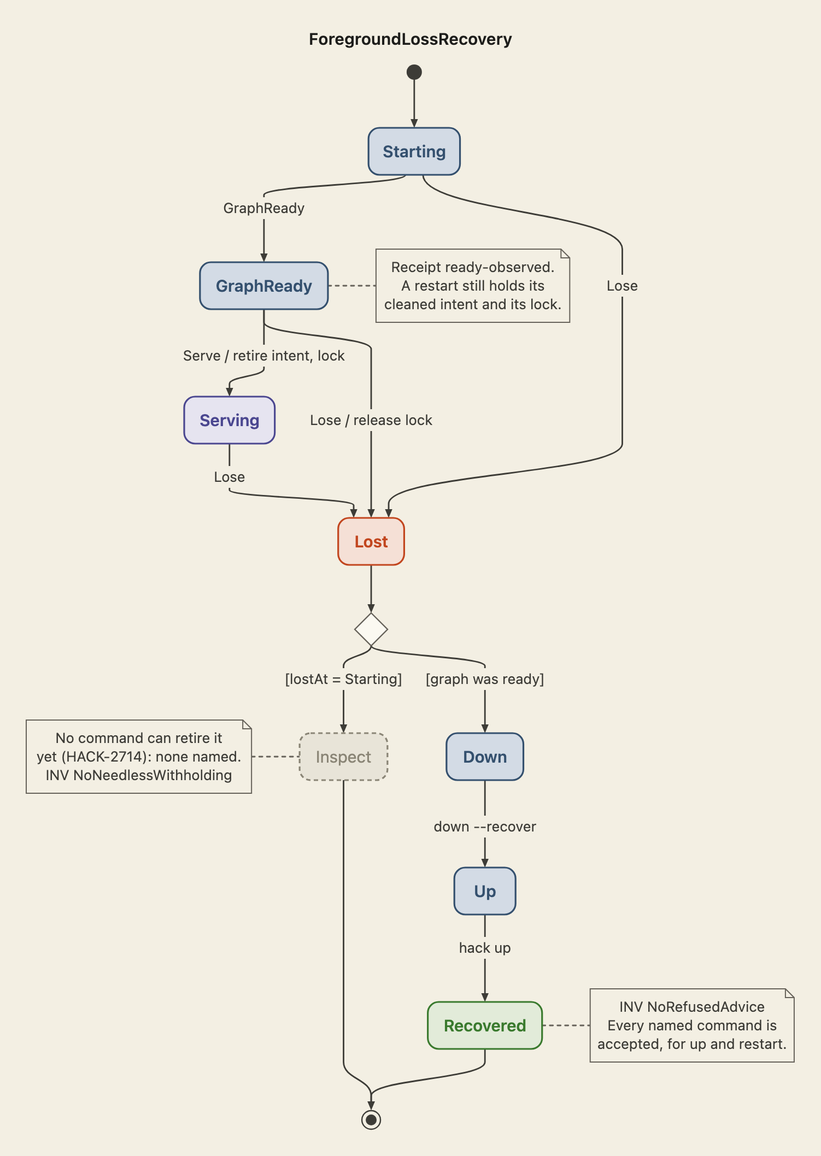
Before: docs/diagrams/foreground-loss-recovery.png, a diagram exported from Mermaid (hack-dance/hack). Its source is kept beside it as docs/diagrams/foreground-loss-recovery.mmd.
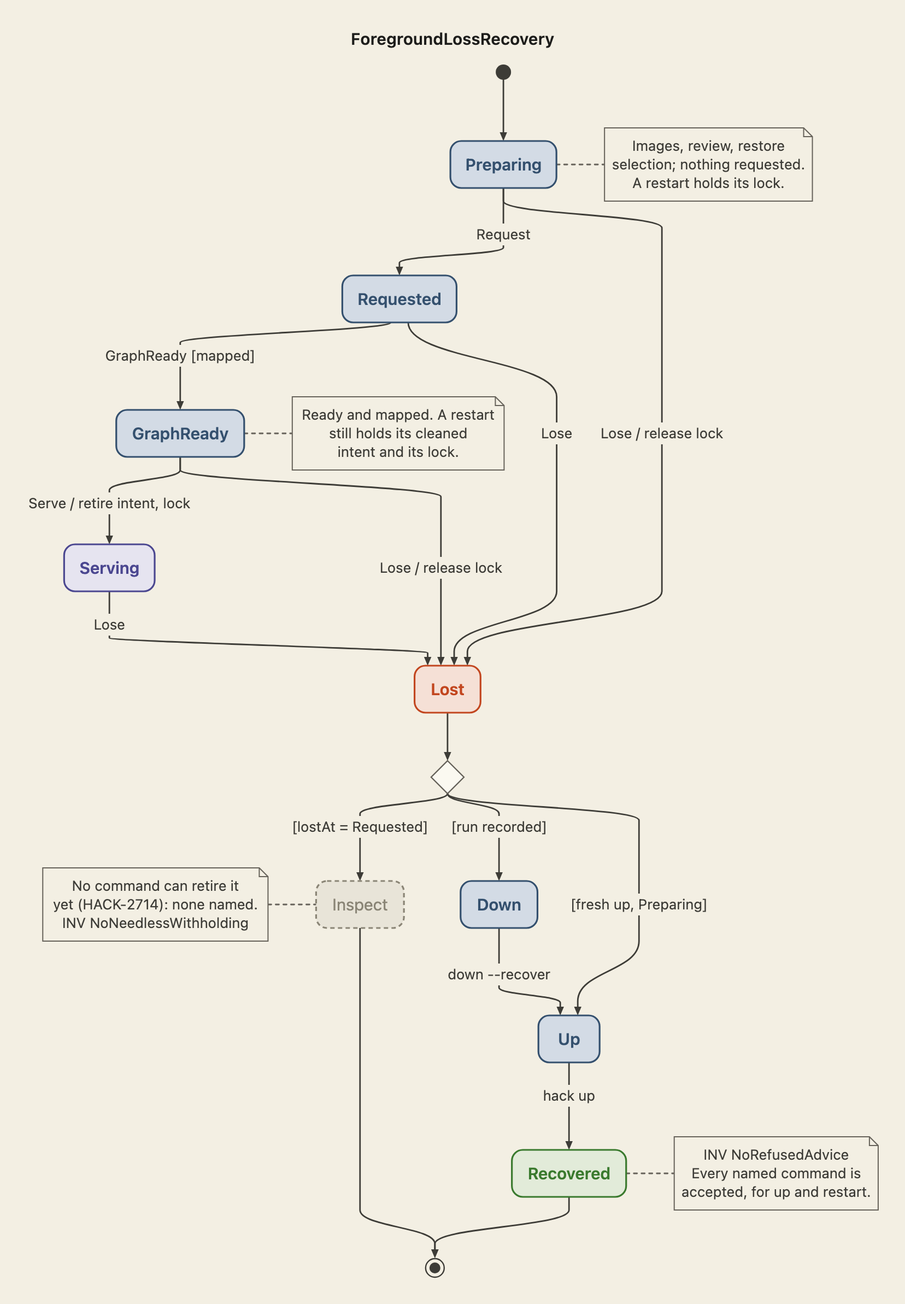
After the commit.

The edit, as a diff of the source:
```diff
@@ -3,25 +3,33 @@
 ---
 stateDiagram-v2
   direction TB
-  [*] --> Starting
-  Starting --> GraphReady : GraphReady
+  [*] --> Preparing
+  Preparing --> Requested : Request
+  Requested --> GraphReady : GraphReady [mapped]
   GraphReady --> Serving : Serve / retire intent, lock
-  Starting --> Lost : Lose
+  Preparing --> Lost : Lose / release lock
+  Requested --> Lost : Lose
   GraphReady --> Lost : Lose / release lock
   Serving --> Lost : Lose
   state advice <<choice>>
   Lost --> advice
-  advice --> Inspect : [lostAt = Starting]
-  advice --> Down : [graph was ready]
+  advice --> Inspect : [lostAt = Requested]
+  advice --> Down : [run recorded]
+  advice --> Up : [fresh up, Preparing]
   Down --> Up : down --recover
   Up --> Recovered : hack up
   Inspect --> [*]
   Recovered --> [*]
 
+  note right of Preparing
+    Images, review, restore
+    selection; nothing requested.
+    A restart holds its lock.
+  end note
   note right of GraphReady
-    Receipt ready-observed.
-    A restart still holds its
-    cleaned intent and its lock.
+    Ready and mapped. A restart
+    still holds its cleaned
+    intent and its lock.
   end note
   note left of Inspect
     No command can retire it
@@ -39,7 +47,7 @@
   classDef ok stroke-width:1.6px
   classDef fail stroke-width:1.6px
   classDef idle stroke-width:1.6px
-  class Starting,GraphReady wait
+  class Preparing,Requested,GraphReady wait
   class Serving live
   class Lost fail
   class Down,Up wait
```
